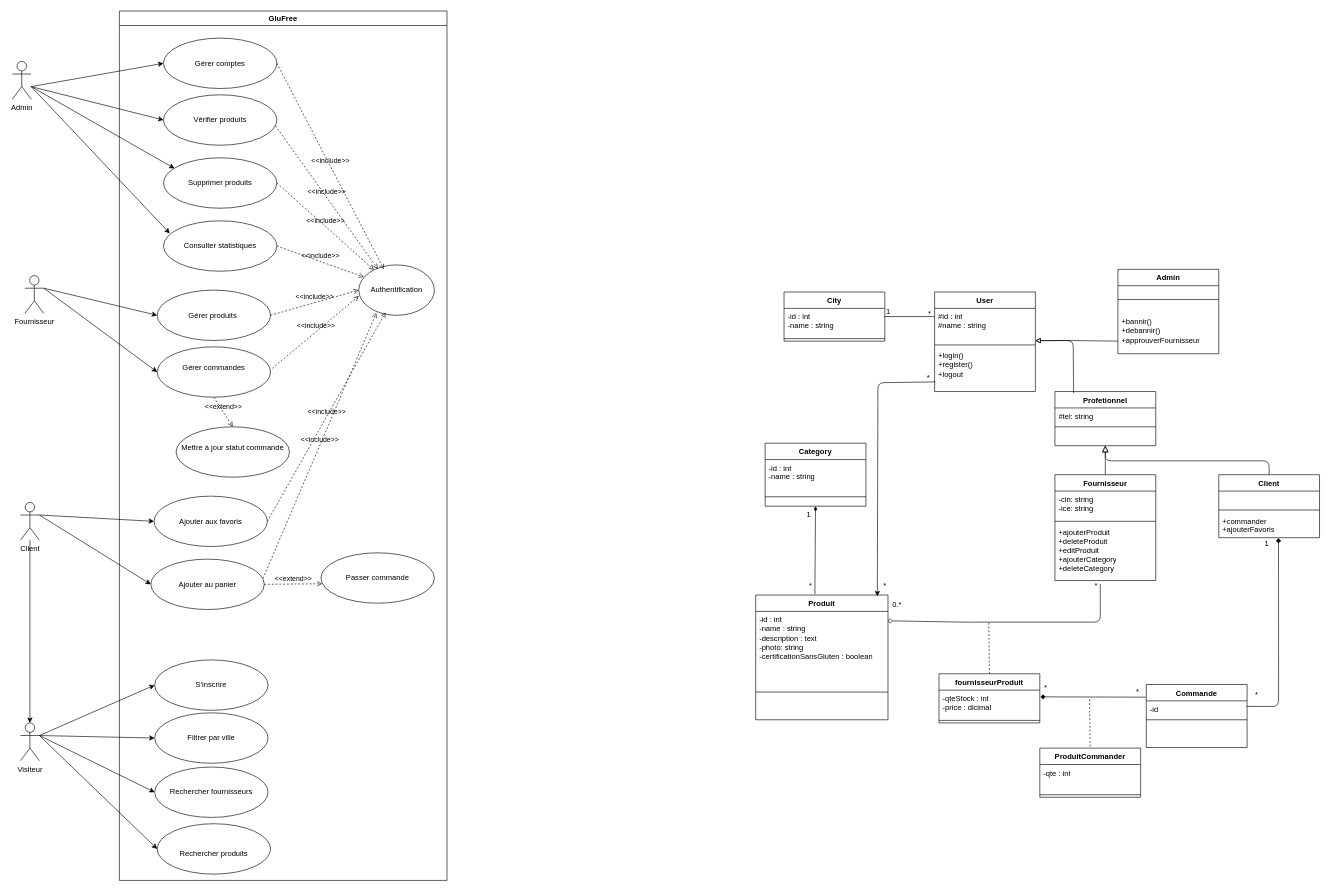
Before: uml.drawio in safaacht/GluFree, a draw.io diagram. Source tidied: cells renumbered, new cells numbered last; positions are measured from the earlier drawing's top-left corner, leaving out a move shared by most shapes. Both pictures are drawn from the tidied source at 63%, with x=0, y=0 at pixel (12, 11).
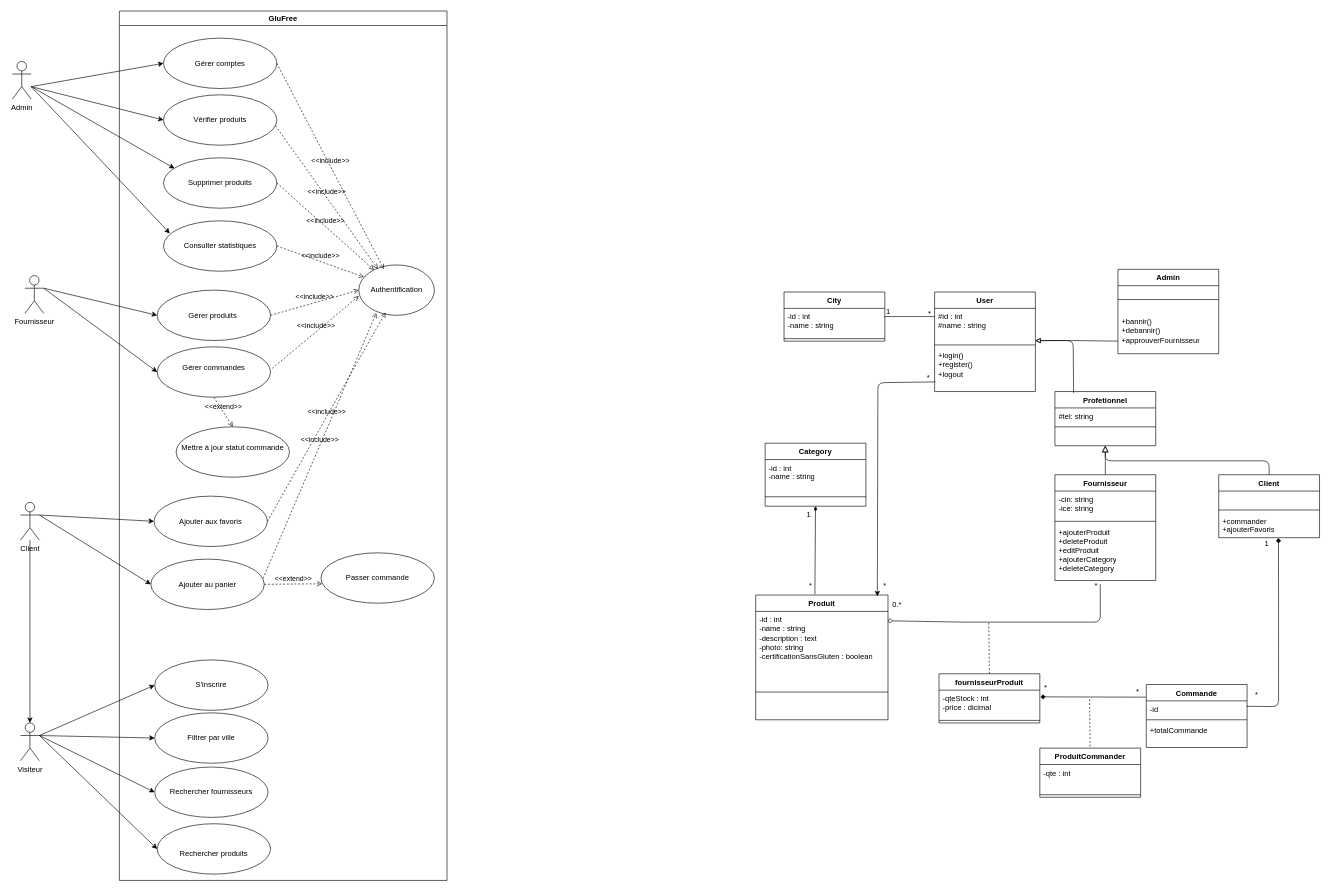
The same diagram, later.

The change refers to these unchanged cells:
```xml
<mxCell id="82" value="Commande" style="swimlane;fontStyle=1;align=center;verticalAlign=top;horizontal=1;startSize=26;whiteSpace=wrap;html=1;" parent="1" vertex="1">
  <mxGeometry x="1800" y="1069" width="160" height="100" as="geometry" />
</mxCell>
```

The edit, as a diff of the source:
```diff
@@
-    <mxCell id="85" value="&lt;div&gt;&amp;nbsp; &amp;nbsp;&lt;/div&gt;" style="text;strokeColor=none;fillColor=none;align=left;verticalAlign=top;spacingLeft=4;spacingRight=4;overflow=hidden;whiteSpace=wrap;html=1;" parent="82" vertex="1">
+    <mxCell id="85" value="&lt;div&gt;+totalCommande&lt;/div&gt;" style="text;strokeColor=none;fillColor=none;align=left;verticalAlign=top;spacingLeft=4;spacingRight=4;overflow=hidden;whiteSpace=wrap;html=1;" parent="82" vertex="1">
       <mxGeometry y="60" width="160" height="40" as="geometry" />
     </mxCell>
```
